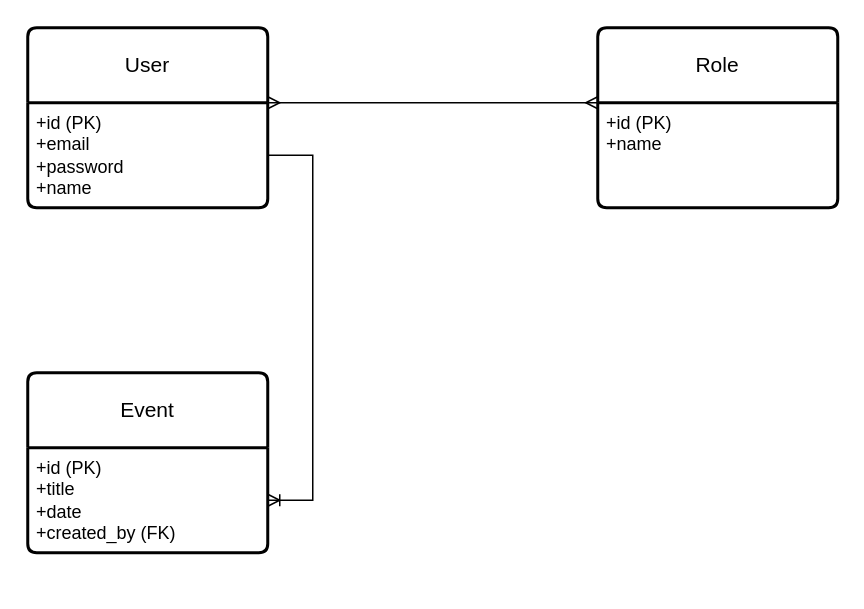
Before: easyevent_backend/sql/easyevent_ER_diagram.drawio in benny1611/easyevent, a draw.io diagram. Source tidied: cells renumbered, new cells numbered last; positions are measured from the earlier drawing's top-left corner, leaving out a move shared by most shapes. Both pictures are drawn from the tidied source at 150%, with x=0, y=0 at pixel (27, 27).
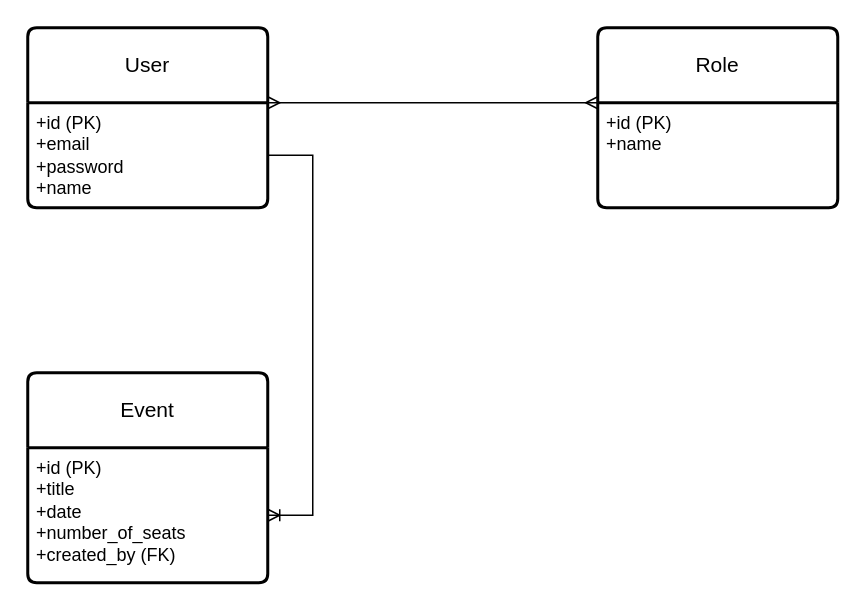
The same page after the edit.

Commit message (it also covers changes not shown here):
added number of seats for an event

What changed in the source:
```diff
@@
 <mxGraphModel>
   <root>
     <mxCell id="0" />
     <mxCell id="1" parent="0" />
     <mxCell id="2" value="User" style="swimlane;horizontal=1;startSize=50;rounded=1;fontSize=14;fontStyle=0;strokeWidth=2;shadow=0;dashed=0;align=center;arcSize=4;whiteSpace=wrap;html=1;" parent="1" vertex="1">
       <mxGeometry width="160" height="120" as="geometry" />
     </mxCell>
     <mxCell id="3" value="&lt;div&gt;+id (PK)&lt;/div&gt;+email&lt;br&gt;+password&lt;br&gt;+name" style="align=left;strokeColor=none;fillColor=none;spacingLeft=4;spacingRight=4;fontSize=12;verticalAlign=top;html=1;whiteSpace=wrap;" parent="2" vertex="1">
       <mxGeometry y="50" width="160" height="70" as="geometry" />
     </mxCell>
     <mxCell id="4" value="Event" style="swimlane;horizontal=1;startSize=50;rounded=1;fontSize=14;fontStyle=0;strokeWidth=2;shadow=0;dashed=0;align=center;arcSize=4;whiteSpace=wrap;html=1;" parent="1" vertex="1">
-      <mxGeometry y="230" width="160" height="120" as="geometry" />
+      <mxGeometry y="230" width="160" height="140" as="geometry" />
     </mxCell>
-    <mxCell id="5" value="+id (PK)&lt;br&gt;+title&lt;br&gt;+date&lt;div&gt;+created_by (FK)&lt;/div&gt;" style="align=left;strokeColor=none;fillColor=none;spacingLeft=4;spacingRight=4;fontSize=12;verticalAlign=top;html=1;whiteSpace=wrap;" parent="4" vertex="1">
-      <mxGeometry y="50" width="160" height="70" as="geometry" />
+    <mxCell id="5" value="+id (PK)&lt;br&gt;+title&lt;br&gt;+date&lt;br&gt;+number_of_seats&lt;br&gt;&lt;div&gt;+created_by (FK)&lt;/div&gt;" style="align=left;strokeColor=none;fillColor=none;spacingLeft=4;spacingRight=4;fontSize=12;verticalAlign=top;html=1;whiteSpace=wrap;" parent="4" vertex="1">
+      <mxGeometry y="50" width="160" height="90" as="geometry" />
     </mxCell>
     <mxCell id="6" value="Role" style="swimlane;horizontal=1;startSize=50;rounded=1;fontSize=14;fontStyle=0;strokeWidth=2;shadow=0;dashed=0;align=center;arcSize=4;whiteSpace=wrap;html=1;" parent="1" vertex="1">
       <mxGeometry x="380" width="160" height="120" as="geometry" />
     </mxCell>
     <mxCell id="7" value="+id (PK)&lt;br&gt;+name" style="align=left;strokeColor=none;fillColor=none;spacingLeft=4;spacingRight=4;fontSize=12;verticalAlign=top;html=1;whiteSpace=wrap;" parent="6" vertex="1">
       <mxGeometry y="50" width="160" height="70" as="geometry" />
     </mxCell>
     <mxCell id="8" style="edgeStyle=entityRelationEdgeStyle;fontSize=12;html=1;endArrow=ERmany;startArrow=ERmany;rounded=0;exitX=1;exitY=0;exitDx=0;exitDy=0;entryX=0;entryY=0;entryDx=0;entryDy=0;" parent="1" edge="1" source="3" target="7">
       <mxGeometry relative="1" as="geometry" />
     </mxCell>
     <mxCell id="9" style="edgeStyle=entityRelationEdgeStyle;fontSize=12;html=1;endArrow=ERoneToMany;rounded=0;exitX=1;exitY=0.5;exitDx=0;exitDy=0;" parent="1" edge="1" source="3" target="5">
       <mxGeometry relative="1" as="geometry" />
     </mxCell>
   </root>
 </mxGraphModel>
```
